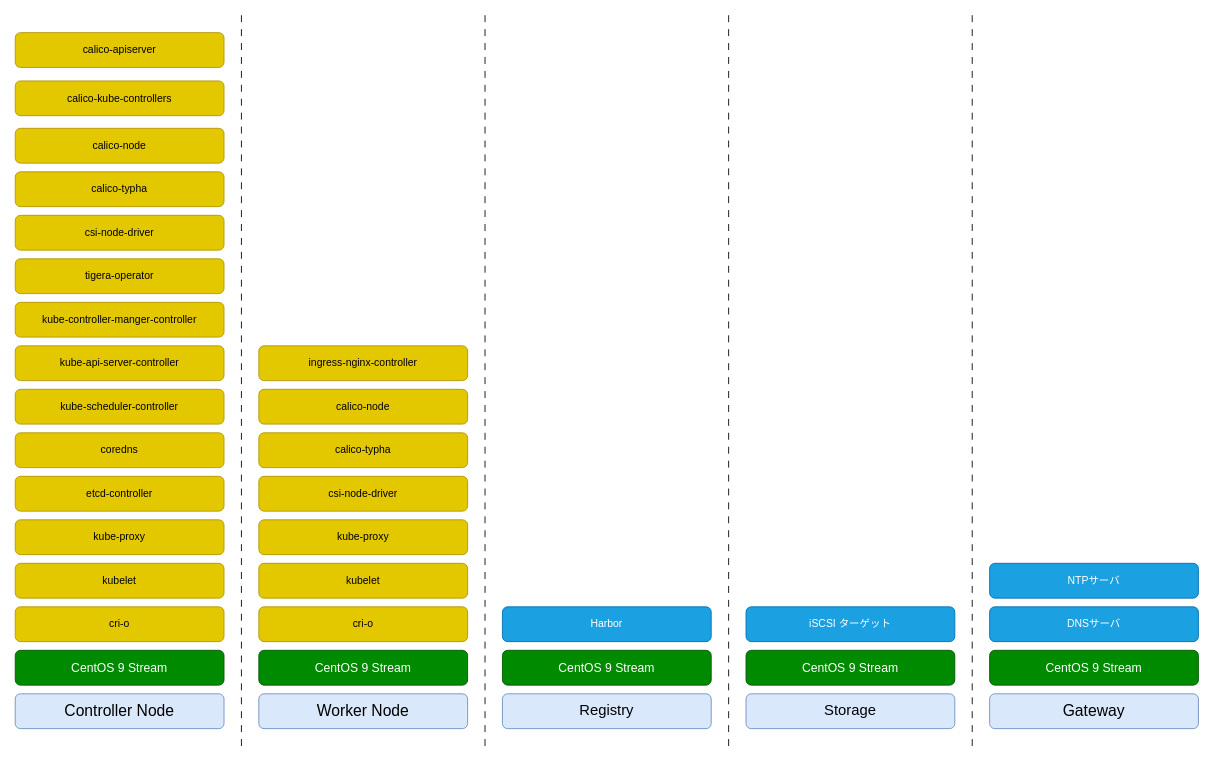
This is _static/image/software_diagram.drawio from 9506hqwy/k8s_study_notes, a draw.io file, before an edit. Source tidied: cells renumbered, new cells numbered last; positions are measured from the earlier drawing's top-left corner, leaving out a move shared by most shapes. Both pictures are drawn from the tidied source at 87%, with x=0, y=0 at pixel (15, 15).
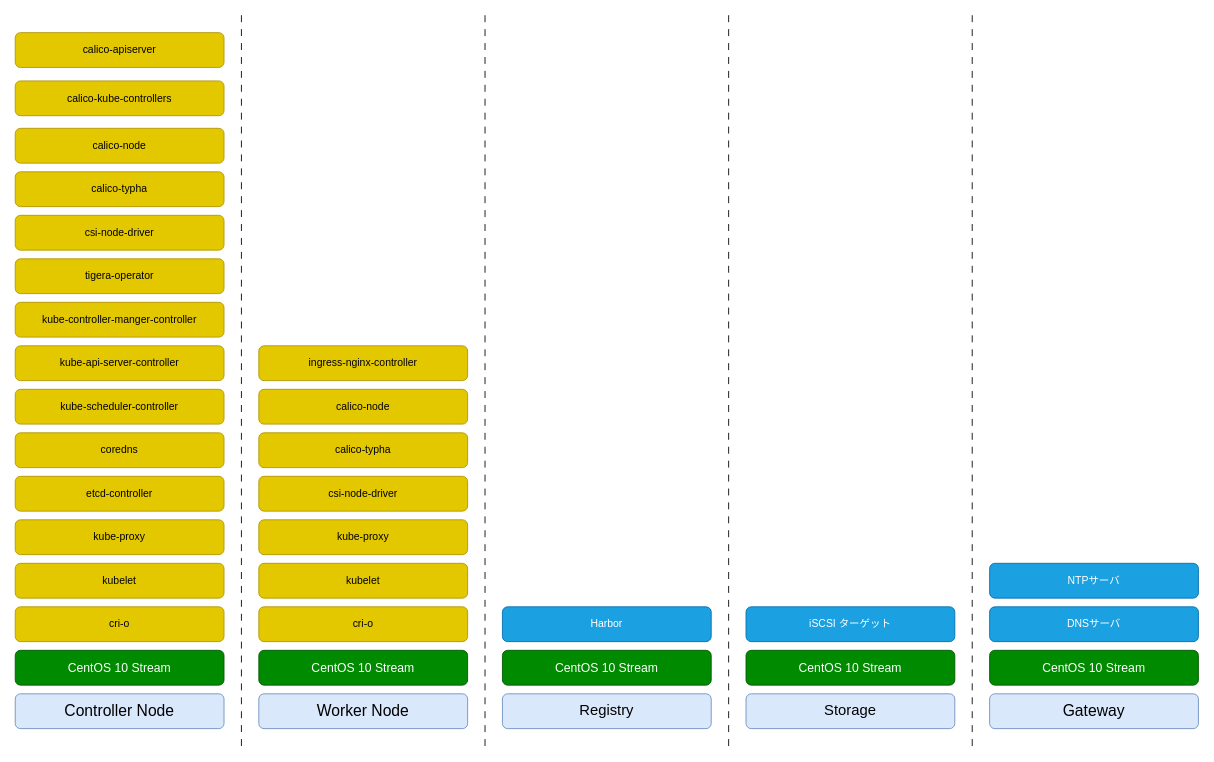
Above is the later version.

The edit, as a diff of the source:
```diff
@@
-    <mxCell id="4" value="&lt;font style=&quot;font-size: 14px;&quot;&gt;CentOS 9 Stream&lt;/font&gt;" style="rounded=1;whiteSpace=wrap;html=1;fillColor=#008a00;strokeColor=#005700;fontColor=#ffffff;" parent="1" vertex="1">
+    <mxCell id="4" value="&lt;font style=&quot;font-size: 14px;&quot;&gt;CentOS 10 Stream&lt;/font&gt;" style="rounded=1;whiteSpace=wrap;html=1;fillColor=#008a00;strokeColor=#005700;fontColor=#ffffff;" parent="1" vertex="1">
       <mxGeometry x="560" y="730" width="240" height="40" as="geometry" />
     </mxCell>
-    <mxCell id="5" value="&lt;font style=&quot;font-size: 14px;&quot;&gt;CentOS 9 Stream&lt;/font&gt;" style="rounded=1;whiteSpace=wrap;html=1;fillColor=#008a00;strokeColor=#005700;fontColor=#ffffff;" parent="1" vertex="1">
+    <mxCell id="5" value="&lt;font style=&quot;font-size: 14px;&quot;&gt;CentOS 10 Stream&lt;/font&gt;" style="rounded=1;whiteSpace=wrap;html=1;fillColor=#008a00;strokeColor=#005700;fontColor=#ffffff;" parent="1" vertex="1">
       <mxGeometry y="730" width="240" height="40" as="geometry" />
     </mxCell>
@@
-    <mxCell id="18" value="&lt;font style=&quot;font-size: 14px;&quot;&gt;CentOS 9 Stream&lt;/font&gt;" style="rounded=1;whiteSpace=wrap;html=1;fillColor=#008a00;strokeColor=#005700;fontColor=#ffffff;" parent="1" vertex="1">
+    <mxCell id="18" value="&lt;font style=&quot;font-size: 14px;&quot;&gt;CentOS 10 Stream&lt;/font&gt;" style="rounded=1;whiteSpace=wrap;html=1;fillColor=#008a00;strokeColor=#005700;fontColor=#ffffff;" parent="1" vertex="1">
       <mxGeometry x="280" y="730" width="240" height="40" as="geometry" />
     </mxCell>
@@
-    <mxCell id="34" value="&lt;font style=&quot;font-size: 14px;&quot;&gt;CentOS 9 Stream&lt;/font&gt;" style="rounded=1;whiteSpace=wrap;html=1;fillColor=#008a00;strokeColor=#005700;fontColor=#ffffff;" parent="1" vertex="1">
+    <mxCell id="34" value="&lt;font style=&quot;font-size: 14px;&quot;&gt;CentOS 10 Stream&lt;/font&gt;" style="rounded=1;whiteSpace=wrap;html=1;fillColor=#008a00;strokeColor=#005700;fontColor=#ffffff;" parent="1" vertex="1">
       <mxGeometry x="840" y="730" width="240" height="40" as="geometry" />
     </mxCell>
@@
-    <mxCell id="38" value="&lt;font style=&quot;font-size: 14px;&quot;&gt;CentOS 9 Stream&lt;/font&gt;" style="rounded=1;whiteSpace=wrap;html=1;fillColor=#008a00;strokeColor=#005700;fontColor=#ffffff;" parent="1" vertex="1">
+    <mxCell id="38" value="&lt;font style=&quot;font-size: 14px;&quot;&gt;CentOS 10 Stream&lt;/font&gt;" style="rounded=1;whiteSpace=wrap;html=1;fillColor=#008a00;strokeColor=#005700;fontColor=#ffffff;" parent="1" vertex="1">
       <mxGeometry x="1120" y="730" width="240" height="40" as="geometry" />
     </mxCell>
```
